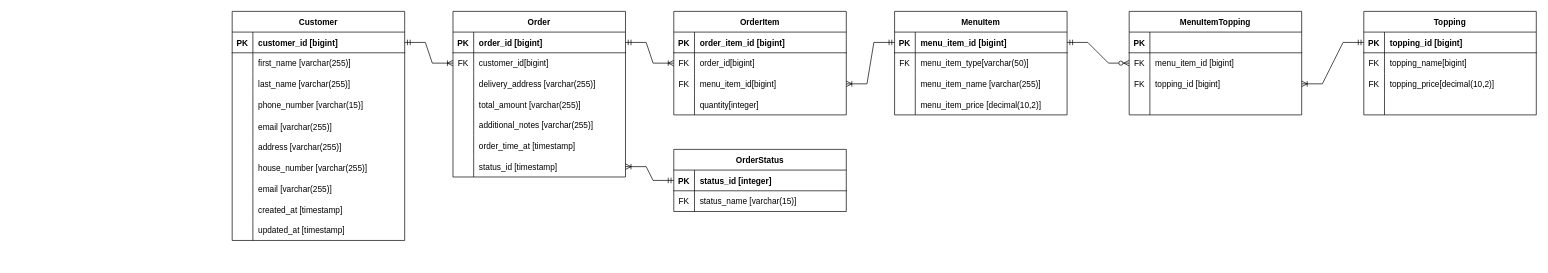
The draw.io diagram ERD/Pizza ERD.drawio in nicholasreinaldo/LuminaEcommerce, before the edit. Source tidied: cells renumbered, new cells numbered last; positions are measured from the earlier drawing's top-left corner, leaving out a move shared by most shapes. Both pictures are drawn from the tidied source at 69%, with x=0, y=0 at pixel (232, 11).
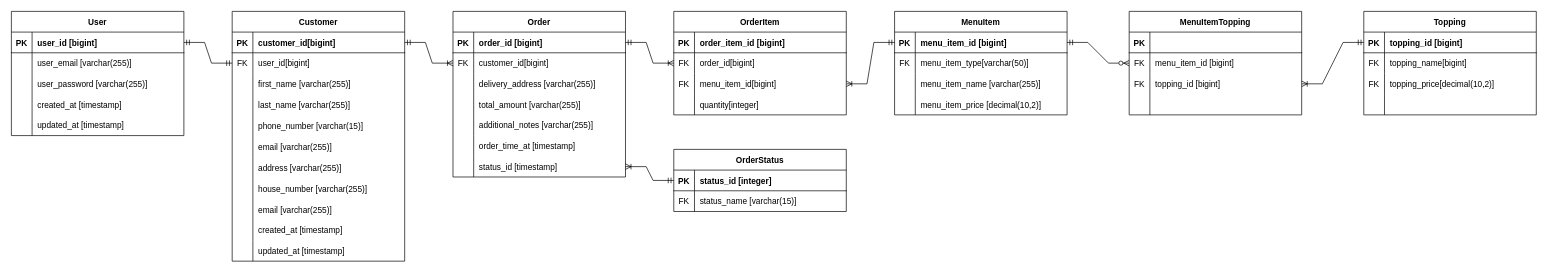
After the change.

The change refers to these unchanged cells:
```xml
<mxCell id="3" style="shape=partialRectangle;fillColor=none;points=[[0,0.5],[1,0.5]];portConstraint=eastwest;top=0;left=0;right=0;bottom=1;" parent="2" vertex="1">
  <mxGeometry y="30" width="250" height="30" as="geometry" />
</mxCell>
```

What changed in the source:
```diff
@@
     <mxCell id="2" value="Customer" style="shape=table;startSize=30;childLayout=tableLayout;rowLines=0;fontStyle=1;align=center;" parent="1" vertex="1">
-      <mxGeometry width="250" height="332" as="geometry" />
+      <mxGeometry width="250" height="362" as="geometry" />
     </mxCell>
@@
-    <mxCell id="5" value="customer_id [bigint]" style="shape=partialRectangle;overflow=hidden;fillColor=none;top=0;left=0;bottom=0;right=0;align=left;spacingLeft=6;fontStyle=1;" parent="3" vertex="1">
+    <mxCell id="5" value="customer_id[bigint]" style="shape=partialRectangle;overflow=hidden;fillColor=none;top=0;left=0;bottom=0;right=0;align=left;spacingLeft=6;fontStyle=1;" parent="3" vertex="1">
       <mxGeometry x="30" width="220" height="30" as="geometry" />
     </mxCell>
+    <mxCell id="120" style="shape=partialRectangle;fillColor=none;points=[[0,0.5],[1,0.5]];portConstraint=eastwest;top=0;left=0;right=0;bottom=0;" parent="2" vertex="1">
+      <mxGeometry y="60" width="250" height="30" as="geometry" />
+    </mxCell>
+    <mxCell id="121" value="FK" style="shape=partialRectangle;overflow=hidden;fillColor=none;top=0;left=0;bottom=0;right=0;" parent="120" vertex="1">
+      <mxGeometry width="30" height="30" as="geometry" />
+    </mxCell>
+    <mxCell id="122" value="user_id[bigint]" style="shape=partialRectangle;overflow=hidden;fillColor=none;top=0;left=0;bottom=0;right=0;align=left;spacingLeft=6;" parent="120" vertex="1">
+      <mxGeometry x="30" width="220" height="30" as="geometry" />
+    </mxCell>
     <mxCell id="6" style="shape=partialRectangle;fillColor=none;top=0;left=0;right=0;bottom=0;" parent="2" vertex="1">
-      <mxGeometry y="60" width="250" height="30" as="geometry" />
+      <mxGeometry y="90" width="250" height="30" as="geometry" />
     </mxCell>
@@
     <mxCell id="9" style="shape=partialRectangle;fillColor=none;top=0;left=0;right=0;bottom=0;" parent="2" vertex="1">
-      <mxGeometry y="90" width="250" height="30" as="geometry" />
+      <mxGeometry y="120" width="250" height="30" as="geometry" />
     </mxCell>
@@
     <mxCell id="12" style="shape=partialRectangle;fillColor=none;top=0;left=0;right=0;bottom=0;" parent="2" vertex="1">
-      <mxGeometry y="120" width="250" height="32" as="geometry" />
+      <mxGeometry y="150" width="250" height="32" as="geometry" />
     </mxCell>
@@
     <mxCell id="15" style="shape=partialRectangle;fillColor=none;top=0;left=0;right=0;bottom=0;" parent="2" vertex="1">
-      <mxGeometry y="152" width="250" height="30" as="geometry" />
+      <mxGeometry y="182" width="250" height="30" as="geometry" />
     </mxCell>
@@
     <mxCell id="18" style="shape=partialRectangle;fillColor=none;top=0;left=0;right=0;bottom=0;" parent="2" vertex="1">
-      <mxGeometry y="182" width="250" height="30" as="geometry" />
+      <mxGeometry y="212" width="250" height="30" as="geometry" />
     </mxCell>
@@
     <mxCell id="21" style="shape=partialRectangle;fillColor=none;top=0;left=0;right=0;bottom=0;" parent="2" vertex="1">
-      <mxGeometry y="212" width="250" height="30" as="geometry" />
+      <mxGeometry y="242" width="250" height="30" as="geometry" />
     </mxCell>
@@
     <mxCell id="24" style="shape=partialRectangle;fillColor=none;top=0;left=0;right=0;bottom=0;" parent="2" vertex="1">
-      <mxGeometry y="242" width="250" height="30" as="geometry" />
+      <mxGeometry y="272" width="250" height="30" as="geometry" />
     </mxCell>
@@
     <mxCell id="27" style="shape=partialRectangle;fillColor=none;top=0;left=0;right=0;bottom=0;" parent="2" vertex="1">
-      <mxGeometry y="272" width="250" height="30" as="geometry" />
+      <mxGeometry y="302" width="250" height="30" as="geometry" />
     </mxCell>
@@
     <mxCell id="30" style="shape=partialRectangle;fillColor=none;top=0;left=0;right=0;bottom=0;" parent="2" vertex="1">
-      <mxGeometry y="302" width="250" height="30" as="geometry" />
+      <mxGeometry y="332" width="250" height="30" as="geometry" />
     </mxCell>
@@
+    <mxCell id="123" value="User" style="shape=table;startSize=30;childLayout=tableLayout;rowLines=0;fontStyle=1;align=center;" parent="1" vertex="1">
+      <mxGeometry x="-320" width="250" height="180" as="geometry" />
+    </mxCell>
+    <mxCell id="124" style="shape=partialRectangle;fillColor=none;points=[[0,0.5],[1,0.5]];portConstraint=eastwest;top=0;left=0;right=0;bottom=1;" parent="123" vertex="1">
+      <mxGeometry y="30" width="250" height="30" as="geometry" />
+    </mxCell>
+    <mxCell id="125" value="PK" style="shape=partialRectangle;overflow=hidden;fillColor=none;top=0;left=0;bottom=0;right=0;fontStyle=1;" parent="124" vertex="1">
+      <mxGeometry width="30" height="30" as="geometry" />
+    </mxCell>
+    <mxCell id="126" value="user_id [bigint]" style="shape=partialRectangle;overflow=hidden;fillColor=none;top=0;left=0;bottom=0;right=0;align=left;spacingLeft=6;fontStyle=1;" parent="124" vertex="1">
+      <mxGeometry x="30" width="220" height="30" as="geometry" />
+    </mxCell>
+    <mxCell id="127" style="shape=partialRectangle;fillColor=none;top=0;left=0;right=0;bottom=0;" parent="123" vertex="1">
+      <mxGeometry y="60" width="250" height="30" as="geometry" />
+    </mxCell>
+    <mxCell id="128" style="shape=partialRectangle;overflow=hidden;fillColor=none;top=0;left=0;bottom=0;right=0;" parent="127" vertex="1">
+      <mxGeometry width="30" height="30" as="geometry" />
+    </mxCell>
+    <mxCell id="129" value="user_email [varchar(255)]" style="shape=partialRectangle;overflow=hidden;fillColor=none;top=0;left=0;bottom=0;right=0;align=left;spacingLeft=6;" parent="127" vertex="1">
+      <mxGeometry x="30" width="220" height="30" as="geometry" />
+    </mxCell>
+    <mxCell id="130" style="shape=partialRectangle;fillColor=none;top=0;left=0;right=0;bottom=0;" parent="123" vertex="1">
+      <mxGeometry y="90" width="250" height="30" as="geometry" />
+    </mxCell>
+    <mxCell id="131" style="shape=partialRectangle;overflow=hidden;fillColor=none;top=0;left=0;bottom=0;right=0;" parent="130" vertex="1">
+      <mxGeometry width="30" height="30" as="geometry" />
+    </mxCell>
+    <mxCell id="132" value="user_password [varchar(255)]" style="shape=partialRectangle;overflow=hidden;fillColor=none;top=0;left=0;bottom=0;right=0;align=left;spacingLeft=6;" parent="130" vertex="1">
+      <mxGeometry x="30" width="220" height="30" as="geometry" />
+    </mxCell>
+    <mxCell id="133" style="shape=partialRectangle;fillColor=none;top=0;left=0;right=0;bottom=0;" parent="123" vertex="1">
+      <mxGeometry y="120" width="250" height="30" as="geometry" />
+    </mxCell>
+    <mxCell id="134" style="shape=partialRectangle;overflow=hidden;fillColor=none;top=0;left=0;bottom=0;right=0;" parent="133" vertex="1">
+      <mxGeometry width="30" height="30" as="geometry" />
+    </mxCell>
+    <mxCell id="135" value="created_at [timestamp]" style="shape=partialRectangle;overflow=hidden;fillColor=none;top=0;left=0;bottom=0;right=0;align=left;spacingLeft=6;" parent="133" vertex="1">
+      <mxGeometry x="30" width="220" height="30" as="geometry" />
+    </mxCell>
+    <mxCell id="136" style="shape=partialRectangle;fillColor=none;top=0;left=0;right=0;bottom=0;" parent="123" vertex="1">
+      <mxGeometry y="150" width="250" height="30" as="geometry" />
+    </mxCell>
+    <mxCell id="137" style="shape=partialRectangle;overflow=hidden;fillColor=none;top=0;left=0;bottom=0;right=0;" parent="136" vertex="1">
+      <mxGeometry width="30" height="30" as="geometry" />
+    </mxCell>
+    <mxCell id="138" value="updated_at [timestamp]" style="shape=partialRectangle;overflow=hidden;fillColor=none;top=0;left=0;bottom=0;right=0;align=left;spacingLeft=6;" parent="136" vertex="1">
+      <mxGeometry x="30" width="220" height="30" as="geometry" />
+    </mxCell>
+    <mxCell id="139" style="edgeStyle=entityRelationEdgeStyle;fontSize=12;html=1;endArrow=ERmandOne;startArrow=ERmandOne;rounded=0;exitX=1;exitY=0.5;exitDx=0;exitDy=0;entryX=0;entryY=0.5;entryDx=0;entryDy=0;" parent="1" edge="1" source="124" target="120">
+      <mxGeometry relative="1" as="geometry" />
+    </mxCell>
```
